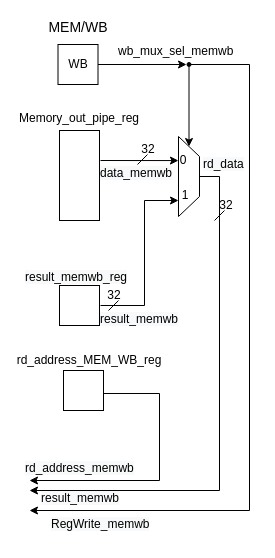
This is lab3/writeback.drawio from Dragosk97/ISA-laboratories, a draw.io file, before an edit. Source tidied: cells renumbered, new cells numbered last; positions are measured from the earlier drawing's top-left corner, leaving out a move shared by most shapes. Both pictures are drawn from the tidied source at 100%, with x=0, y=0 at pixel (23, 16).
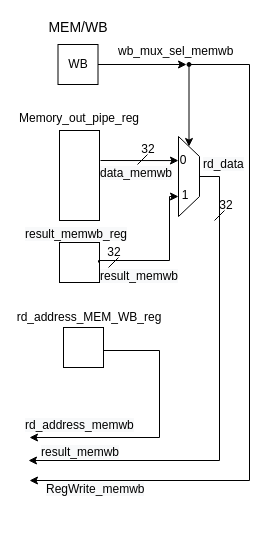
Above is the later version.

The change refers to these unchanged cells:
```xml
<mxCell id="6" style="shape=trapezoid;perimeter=trapezoidPerimeter;whiteSpace=wrap;html=1;fixedSize=1;fillColor=#FFFFFF;direction=south;" parent="1" vertex="1">
  <mxGeometry x="155" y="120" width="21" height="80" as="geometry" />
</mxCell>
<mxCell id="25" style="verticalLabelPosition=bottom;shadow=0;dashed=0;align=center;html=1;verticalAlign=top;shape=mxgraph.electrical.logic_gates.inverting_contact;fillColor=#000000;" parent="1" vertex="1">
  <mxGeometry x="163" y="45.5" width="5" height="5" as="geometry" />
</mxCell>
```

What changed in the source:
```diff
@@
     <mxCell id="5" style="edgeStyle=orthogonalEdgeStyle;rounded=0;jettySize=auto;html=1;exitX=0.5;exitY=0;exitDx=0;exitDy=0;" parent="1" edge="1" source="6">
       <mxGeometry relative="1" as="geometry">
-        <mxPoint x="6" y="474" as="targetPoint" />
+        <mxPoint x="5" y="444" as="targetPoint" />
         <Array as="points">
           <mxPoint x="196" y="160" />
-          <mxPoint x="196" y="474" />
+          <mxPoint x="196" y="444" />
+          <mxPoint x="6" y="444" />
         </Array>
       </mxGeometry>
     </mxCell>
@@
     <mxCell id="10" style="edgeStyle=orthogonalEdgeStyle;rounded=0;jettySize=auto;html=1;exitX=1;exitY=0.5;exitDx=0;exitDy=0;" parent="1" edge="1" source="11">
       <mxGeometry relative="1" as="geometry">
-        <mxPoint x="6" y="464" as="targetPoint" />
+        <mxPoint x="6" y="421" as="targetPoint" />
         <Array as="points">
-          <mxPoint x="136" y="377" />
-          <mxPoint x="136" y="464" />
+          <mxPoint x="136" y="334" />
+          <mxPoint x="136" y="421" />
         </Array>
       </mxGeometry>
     </mxCell>
     <mxCell id="11" style="rounded=0;whiteSpace=wrap;html=1;" parent="1" vertex="1">
-      <mxGeometry x="40" y="354" width="40" height="40" as="geometry" />
+      <mxGeometry x="40" y="311" width="40" height="40" as="geometry" />
     </mxCell>
-    <mxCell id="12" style="edgeStyle=orthogonalEdgeStyle;rounded=0;orthogonalLoop=1;jettySize=auto;html=1;exitX=1;exitY=0.5;exitDx=0;exitDy=0;entryX=0.25;entryY=1;entryDx=0;entryDy=0;" parent="1" edge="1">
-      <mxGeometry relative="1" as="geometry">
-        <mxPoint x="77" y="289" as="sourcePoint" />
-        <mxPoint x="155" y="184" as="targetPoint" />
-        <Array as="points">
-          <mxPoint x="121" y="289" />
-          <mxPoint x="121" y="184" />
-        </Array>
-      </mxGeometry>
-    </mxCell>
     <mxCell id="13" style="rounded=0;whiteSpace=wrap;html=1;" parent="1" vertex="1">
-      <mxGeometry x="36" y="269" width="40" height="40" as="geometry" />
+      <mxGeometry x="36" y="226" width="40" height="40" as="geometry" />
     </mxCell>
     <mxCell id="14" value="rd_address_MEM_WB_reg" style="text;html=1;strokeColor=none;fillColor=none;align=center;verticalAlign=middle;whiteSpace=wrap;rounded=0;" parent="1" vertex="1">
-      <mxGeometry x="46" y="334" width="40" height="20" as="geometry" />
+      <mxGeometry x="46" y="291" width="40" height="20" as="geometry" />
     </mxCell>
@@
     <mxCell id="16" value="&lt;span style=&quot;color: rgb(0 , 0 , 0) ; font-family: &amp;#34;helvetica&amp;#34; ; font-size: 12px ; font-style: normal ; font-weight: 400 ; letter-spacing: normal ; text-align: center ; text-indent: 0px ; text-transform: none ; word-spacing: 0px ; background-color: rgb(248 , 249 , 250) ; display: inline ; float: none&quot;&gt;result_memwb_reg&lt;/span&gt;" style="text;whiteSpace=wrap;html=1;" parent="1" vertex="1">
-      <mxGeometry y="247" width="110" height="30" as="geometry" />
+      <mxGeometry y="204" width="110" height="30" as="geometry" />
     </mxCell>
@@
     <mxCell id="19" style="endArrow=none;html=1;" parent="1" edge="1">
       <mxGeometry relative="1" as="geometry">
-        <mxPoint x="85" y="294" as="sourcePoint" />
-        <mxPoint x="95" y="284" as="targetPoint" />
+        <mxPoint x="85" y="251" as="sourcePoint" />
+        <mxPoint x="95" y="241" as="targetPoint" />
       </mxGeometry>
     </mxCell>
     <mxCell id="20" value="32" style="text;html=1;strokeColor=none;fillColor=none;align=center;verticalAlign=middle;whiteSpace=wrap;rounded=0;" parent="1" vertex="1">
-      <mxGeometry x="76" y="269" width="30" height="20" as="geometry" />
+      <mxGeometry x="76" y="226" width="30" height="20" as="geometry" />
     </mxCell>
@@
+    <mxCell id="35" style="edgeStyle=orthogonalEdgeStyle;rounded=0;jettySize=auto;html=1;exitX=0;exitY=0;exitDx=0;exitDy=0;entryX=0.75;entryY=1;entryDx=0;entryDy=0;" parent="1" edge="1" source="22" target="6">
+      <mxGeometry relative="1" as="geometry">
+        <Array as="points">
+          <mxPoint x="75" y="244" />
+          <mxPoint x="146" y="244" />
+          <mxPoint x="146" y="180" />
+        </Array>
+      </mxGeometry>
+    </mxCell>
     <mxCell id="22" value="&lt;span style=&quot;color: rgb(0 , 0 , 0) ; font-family: &amp;#34;helvetica&amp;#34; ; font-size: 12px ; font-style: normal ; font-weight: 400 ; letter-spacing: normal ; text-align: center ; text-indent: 0px ; text-transform: none ; word-spacing: 0px ; background-color: rgb(248 , 249 , 250) ; display: inline ; float: none&quot;&gt;result_memwb&lt;/span&gt;" style="text;whiteSpace=wrap;html=1;" parent="1" vertex="1">
-      <mxGeometry x="75" y="289" width="80" height="30" as="geometry" />
+      <mxGeometry x="75" y="246" width="80" height="30" as="geometry" />
     </mxCell>
     <mxCell id="23" style="edgeStyle=orthogonalEdgeStyle;rounded=0;jettySize=auto;html=1;exitX=0.9;exitY=0.5;exitDx=0;exitDy=0;exitPerimeter=0;" parent="1" edge="1" source="25">
       <mxGeometry relative="1" as="geometry">
-        <mxPoint x="6" y="494" as="targetPoint" />
+        <mxPoint x="6" y="464" as="targetPoint" />
         <Array as="points">
           <mxPoint x="226" y="48" />
-          <mxPoint x="226" y="494" />
+          <mxPoint x="226" y="464" />
         </Array>
       </mxGeometry>
     </mxCell>
@@
     <mxCell id="32" value="&lt;span style=&quot;color: rgb(0 , 0 , 0) ; font-family: &amp;#34;helvetica&amp;#34; ; font-size: 12px ; font-style: normal ; font-weight: 400 ; letter-spacing: normal ; text-align: center ; text-indent: 0px ; text-transform: none ; word-spacing: 0px ; background-color: rgb(248 , 249 , 250) ; display: inline ; float: none&quot;&gt;RegWrite_memwb&lt;/span&gt;" style="text;whiteSpace=wrap;html=1;" parent="1" vertex="1">
-      <mxGeometry x="26" y="494" width="110" height="30" as="geometry" />
+      <mxGeometry x="21" y="459" width="110" height="30" as="geometry" />
     </mxCell>
     <mxCell id="33" value="&lt;span style=&quot;color: rgb(0 , 0 , 0) ; font-family: &amp;#34;helvetica&amp;#34; ; font-size: 12px ; font-style: normal ; font-weight: 400 ; letter-spacing: normal ; text-align: center ; text-indent: 0px ; text-transform: none ; word-spacing: 0px ; background-color: rgb(248 , 249 , 250) ; display: inline ; float: none&quot;&gt;rd_address_memwb&lt;/span&gt;" style="text;whiteSpace=wrap;html=1;" parent="1" vertex="1">
-      <mxGeometry y="438" width="120" height="30" as="geometry" />
+      <mxGeometry y="395" width="120" height="30" as="geometry" />
     </mxCell>
     <mxCell id="34" value="&lt;span style=&quot;color: rgb(0 , 0 , 0) ; font-family: &amp;#34;helvetica&amp;#34; ; font-size: 12px ; font-style: normal ; font-weight: 400 ; letter-spacing: normal ; text-align: center ; text-indent: 0px ; text-transform: none ; word-spacing: 0px ; background-color: rgb(248 , 249 , 250) ; display: inline ; float: none&quot;&gt;result_memwb&lt;/span&gt;" style="text;whiteSpace=wrap;html=1;" parent="1" vertex="1">
-      <mxGeometry x="16" y="468" width="90" height="30" as="geometry" />
+      <mxGeometry x="16" y="422" width="90" height="30" as="geometry" />
     </mxCell>
```
